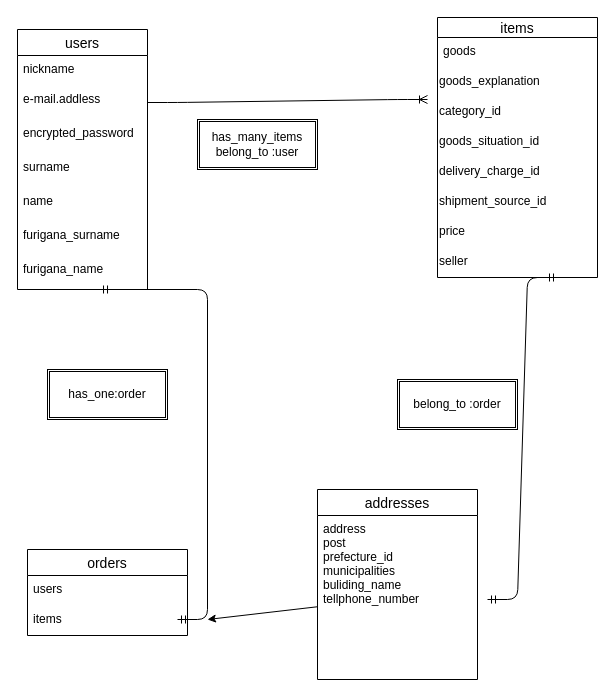
Before: ER.dio in 62111341a/furima-37143, a draw.io diagram. Source tidied: cells renumbered, new cells numbered last; positions are measured from the earlier drawing's top-left corner, leaving out a move shared by most shapes. Both pictures are drawn from the tidied source at 100%, with x=0, y=0 at pixel (17, 17).
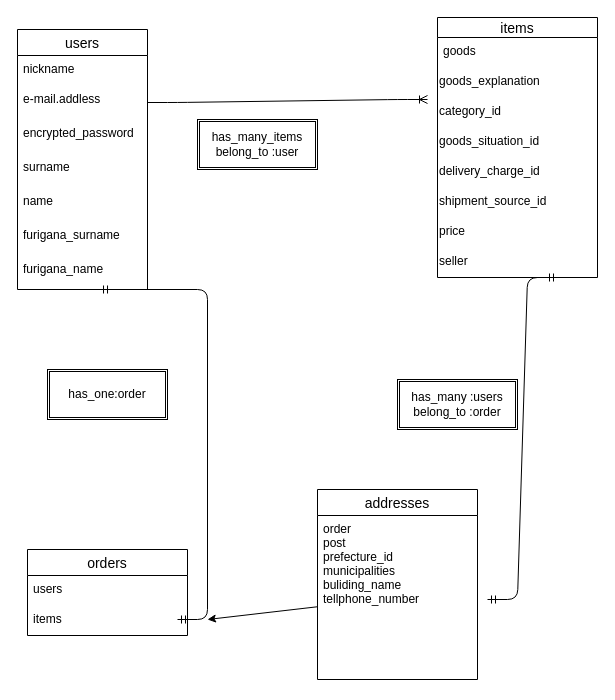
The same page after the edit.

Unchanged cells that the change refers to:
```xml
<mxCell id="25" value="addresses" style="swimlane;fontStyle=0;horizontal=1;startSize=26;align=center;fontSize=14;" parent="1" vertex="1">
  <mxGeometry x="300" y="472" width="160" height="190" as="geometry" />
</mxCell>
```

Change to the diagram source:
```diff
@@
-    <mxCell id="21" value="belong_to :order" style="shape=ext;double=1;rounded=0;whiteSpace=wrap;html=1;" parent="1" vertex="1">
+    <mxCell id="21" value="has_many :users&lt;br&gt;belong_to :order" style="shape=ext;double=1;rounded=0;whiteSpace=wrap;html=1;" parent="1" vertex="1">
       <mxGeometry x="380" y="362" width="120" height="50" as="geometry" />
     </mxCell>
@@
-    <mxCell id="26" value="address&#10;post&#10;prefecture_id&#10;municipalities&#10;buliding_name&#10;tellphone_number&#10;&#10;" style="text;strokeColor=none;fillColor=none;spacingLeft=4;spacingRight=4;overflow=hidden;points=[[0,0.5],[1,0.5]];portConstraint=eastwest;fontSize=12;" parent="25" vertex="1">
+    <mxCell id="26" value="order&#10;post&#10;prefecture_id&#10;municipalities&#10;buliding_name&#10;tellphone_number&#10;&#10;" style="text;strokeColor=none;fillColor=none;spacingLeft=4;spacingRight=4;overflow=hidden;points=[[0,0.5],[1,0.5]];portConstraint=eastwest;fontSize=12;" parent="25" vertex="1">
       <mxGeometry y="26" width="160" height="164" as="geometry" />
     </mxCell>
```
